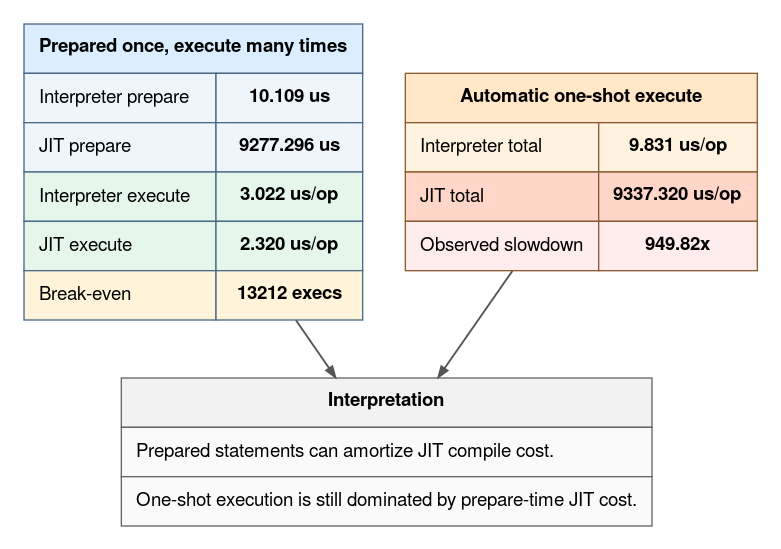
Before: tools/jit_bench/images/sql_jit_benchmark/point_lookup_cost.png, a diagram exported from Graphviz (tsafin/tarantool-dsql). Its source is kept beside it as tools/jit_bench/images/sql_jit_benchmark/point_lookup_cost.dot.
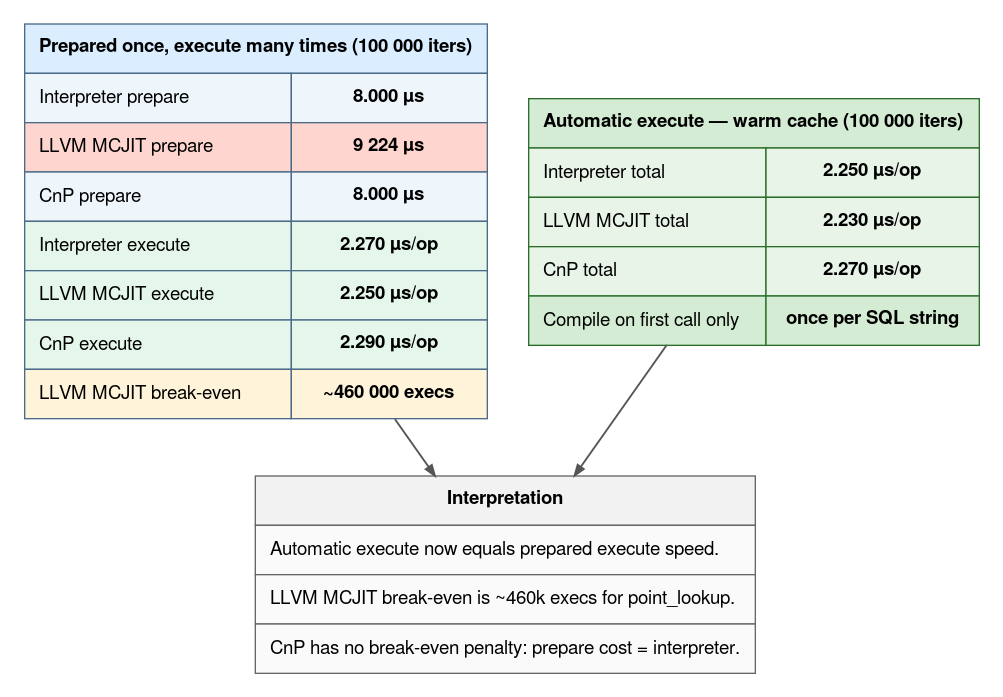
After the change.

Commit message:
tools/jit_bench: update benchmark doc with CnP column and auto-stmt-cache results

The edit, as a diff of the source:
```diff
@@ -20,32 +20,36 @@
 
     prepared [label=<
         <TABLE BORDER="0" CELLBORDER="1" CELLSPACING="0" CELLPADDING="10" COLOR="#4b6a88">
-            <TR><TD BGCOLOR="#dbeeff" COLSPAN="2"><B>Prepared once, execute many times</B></TD></TR>
-            <TR><TD BGCOLOR="#eef6fb" ALIGN="LEFT">Interpreter prepare</TD><TD BGCOLOR="#eef6fb"><B>10.109 us</B></TD></TR>
-            <TR><TD BGCOLOR="#eef6fb" ALIGN="LEFT">JIT prepare</TD><TD BGCOLOR="#eef6fb"><B>9277.296 us</B></TD></TR>
-            <TR><TD BGCOLOR="#e5f7ea" ALIGN="LEFT">Interpreter execute</TD><TD BGCOLOR="#e5f7ea"><B>3.022 us/op</B></TD></TR>
-            <TR><TD BGCOLOR="#e5f7ea" ALIGN="LEFT">JIT execute</TD><TD BGCOLOR="#e5f7ea"><B>2.320 us/op</B></TD></TR>
-            <TR><TD BGCOLOR="#fff4d9" ALIGN="LEFT">Break-even</TD><TD BGCOLOR="#fff4d9"><B>13212 execs</B></TD></TR>
+            <TR><TD BGCOLOR="#dbeeff" COLSPAN="2"><B>Prepared once, execute many times (100 000 iters)</B></TD></TR>
+            <TR><TD BGCOLOR="#eef6fb" ALIGN="LEFT">Interpreter prepare</TD><TD BGCOLOR="#eef6fb"><B>8.000 µs</B></TD></TR>
+            <TR><TD BGCOLOR="#ffd6cf" ALIGN="LEFT">LLVM MCJIT prepare</TD><TD BGCOLOR="#ffd6cf"><B>9 224 µs</B></TD></TR>
+            <TR><TD BGCOLOR="#eef6fb" ALIGN="LEFT">CnP prepare</TD><TD BGCOLOR="#eef6fb"><B>8.000 µs</B></TD></TR>
+            <TR><TD BGCOLOR="#e5f7ea" ALIGN="LEFT">Interpreter execute</TD><TD BGCOLOR="#e5f7ea"><B>2.270 µs/op</B></TD></TR>
+            <TR><TD BGCOLOR="#e5f7ea" ALIGN="LEFT">LLVM MCJIT execute</TD><TD BGCOLOR="#e5f7ea"><B>2.250 µs/op</B></TD></TR>
+            <TR><TD BGCOLOR="#e5f7ea" ALIGN="LEFT">CnP execute</TD><TD BGCOLOR="#e5f7ea"><B>2.290 µs/op</B></TD></TR>
+            <TR><TD BGCOLOR="#fff4d9" ALIGN="LEFT">LLVM MCJIT break-even</TD><TD BGCOLOR="#fff4d9"><B>~460 000 execs</B></TD></TR>
         </TABLE>
     >];
 
-    oneshot [label=<
-        <TABLE BORDER="0" CELLBORDER="1" CELLSPACING="0" CELLPADDING="10" COLOR="#8a5a32">
-            <TR><TD BGCOLOR="#ffe7c8" COLSPAN="2"><B>Automatic one-shot execute</B></TD></TR>
-            <TR><TD BGCOLOR="#fff3e0" ALIGN="LEFT">Interpreter total</TD><TD BGCOLOR="#fff3e0"><B>9.831 us/op</B></TD></TR>
-            <TR><TD BGCOLOR="#ffd6c8" ALIGN="LEFT">JIT total</TD><TD BGCOLOR="#ffd6c8"><B>9337.320 us/op</B></TD></TR>
-            <TR><TD BGCOLOR="#ffecec" ALIGN="LEFT">Observed slowdown</TD><TD BGCOLOR="#ffecec"><B>949.82x</B></TD></TR>
+    cached [label=<
+        <TABLE BORDER="0" CELLBORDER="1" CELLSPACING="0" CELLPADDING="10" COLOR="#2a6e2a">
+            <TR><TD BGCOLOR="#d4ecd4" COLSPAN="2"><B>Automatic execute — warm cache (100 000 iters)</B></TD></TR>
+            <TR><TD BGCOLOR="#e8f4e8" ALIGN="LEFT">Interpreter total</TD><TD BGCOLOR="#e8f4e8"><B>2.250 µs/op</B></TD></TR>
+            <TR><TD BGCOLOR="#e8f4e8" ALIGN="LEFT">LLVM MCJIT total</TD><TD BGCOLOR="#e8f4e8"><B>2.230 µs/op</B></TD></TR>
+            <TR><TD BGCOLOR="#e8f4e8" ALIGN="LEFT">CnP total</TD><TD BGCOLOR="#e8f4e8"><B>2.270 µs/op</B></TD></TR>
+            <TR><TD BGCOLOR="#d4ecd4" ALIGN="LEFT">Compile on first call only</TD><TD BGCOLOR="#d4ecd4"><B>once per SQL string</B></TD></TR>
         </TABLE>
     >];
 
     summary [label=<
         <TABLE BORDER="0" CELLBORDER="1" CELLSPACING="0" CELLPADDING="10" COLOR="#666666">
             <TR><TD BGCOLOR="#f2f2f2"><B>Interpretation</B></TD></TR>
-            <TR><TD BGCOLOR="#fafafa" ALIGN="LEFT">Prepared statements can amortize JIT compile cost.</TD></TR>
-            <TR><TD BGCOLOR="#fafafa" ALIGN="LEFT">One-shot execution is still dominated by prepare-time JIT cost.</TD></TR>
+            <TR><TD BGCOLOR="#fafafa" ALIGN="LEFT">Automatic execute now equals prepared execute speed.</TD></TR>
+            <TR><TD BGCOLOR="#fafafa" ALIGN="LEFT">LLVM MCJIT break-even is ~460k execs for point_lookup.</TD></TR>
+            <TR><TD BGCOLOR="#fafafa" ALIGN="LEFT">CnP has no break-even penalty: prepare cost = interpreter.</TD></TR>
         </TABLE>
     >];
 
     prepared -> summary;
-    oneshot -> summary;
+    cached -> summary;
 }
```
